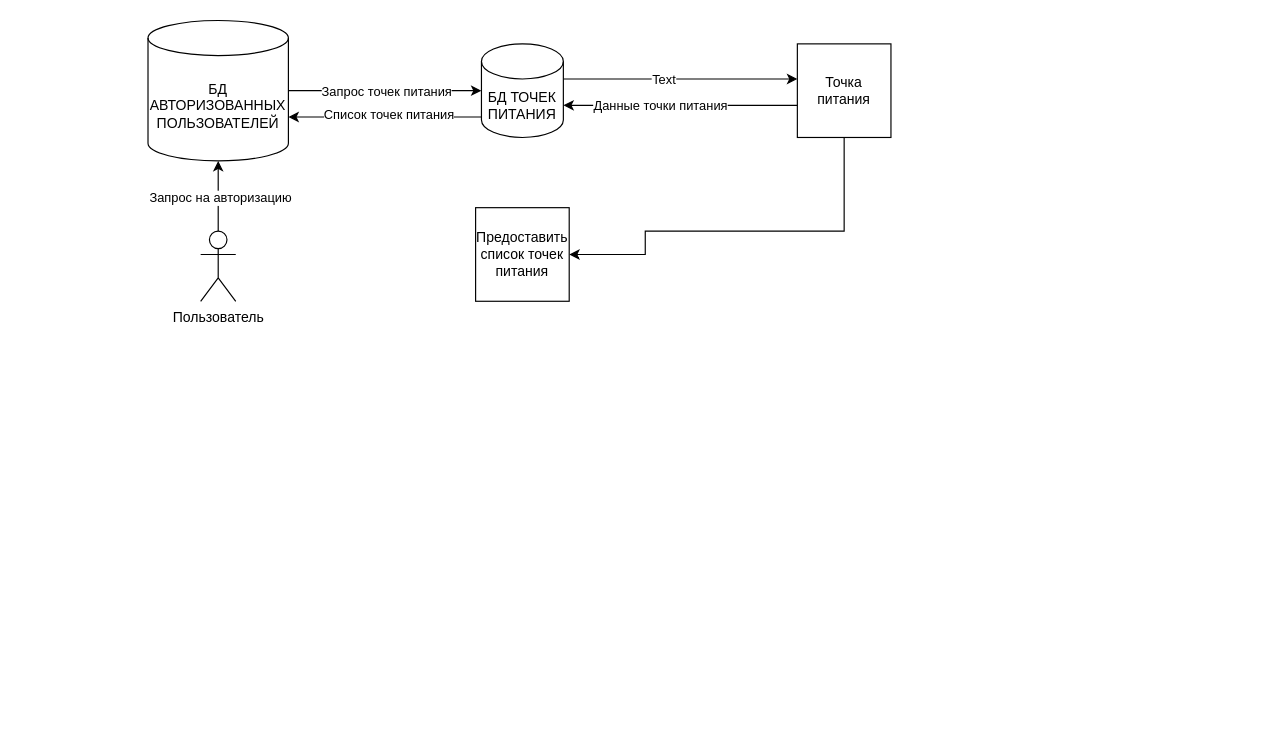
Above: Diagramm/Диаграмма_потоковых_данных_27.01.20026.drawio in Calibri75/PIT (draw.io), before the change. Source tidied: cells renumbered, new cells numbered last; positions are measured from the earlier drawing's top-left corner, leaving out a move shared by most shapes. Both pictures are drawn from the tidied source at 117%, with x=0, y=0 at pixel (147, 20).
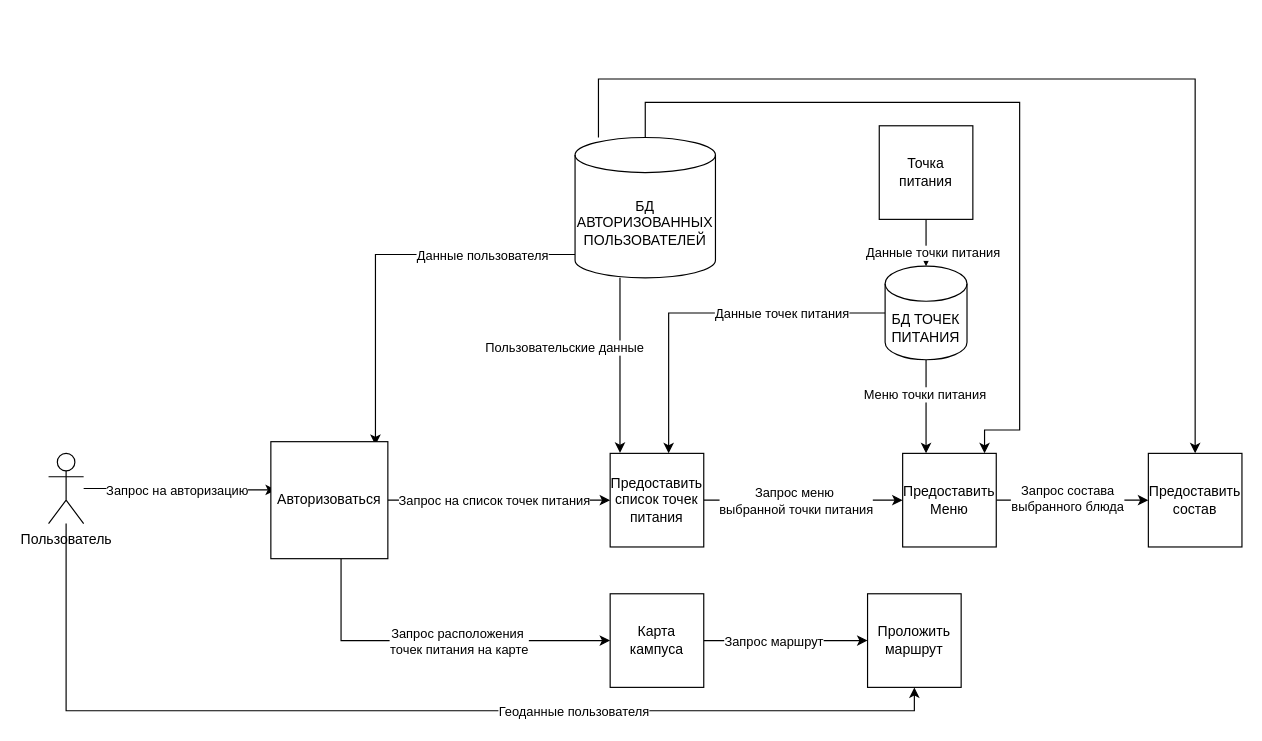
The same page after the edit.

The edit, as a diff of the source:
```diff
@@
-    <mxCell id="2" style="edgeStyle=orthogonalEdgeStyle;rounded=0;jettySize=auto;html=1;" parent="1" edge="1" source="4" target="9">
+    <mxCell id="2" style="edgeStyle=orthogonalEdgeStyle;rounded=0;jettySize=auto;html=1;entryX=0.044;entryY=0.412;entryDx=0;entryDy=0;entryPerimeter=0;" parent="1" edge="1" source="4" target="41">
       <mxGeometry relative="1" as="geometry" />
     </mxCell>
@@
     <mxCell id="4" value="Пользователь" style="shape=umlActor;verticalLabelPosition=bottom;verticalAlign=top;html=1;outlineConnect=0;" parent="1" vertex="1">
-      <mxGeometry x="45" y="180" width="30" height="60" as="geometry" />
+      <mxGeometry x="-85" y="370" width="30" height="60" as="geometry" />
     </mxCell>
-    <mxCell id="5" style="edgeStyle=orthogonalEdgeStyle;rounded=0;jettySize=auto;html=1;" parent="1" edge="1" source="6" target="17">
-      <mxGeometry relative="1" as="geometry">
-        <Array as="points">
-          <mxPoint x="595" y="180" />
-          <mxPoint x="425" y="180" />
-        </Array>
-      </mxGeometry>
-    </mxCell>
-    <mxCell id="6" value="Точка питания" style="whiteSpace=wrap;html=1;" parent="1" vertex="1">
-      <mxGeometry x="555" y="20" width="80" height="80" as="geometry" />
-    </mxCell>
-    <mxCell id="7" style="edgeStyle=orthogonalEdgeStyle;rounded=0;jettySize=auto;html=1;" parent="1" edge="1" source="9" target="12">
-      <mxGeometry relative="1" as="geometry" />
-    </mxCell>
-    <mxCell id="8" value="Запрос точек питания" style="edgeLabel;html=1;align=center;verticalAlign=middle;" parent="7" vertex="1">
-      <mxGeometry relative="1" as="geometry" />
-    </mxCell>
-    <mxCell id="9" value="БД АВТОРИЗОВАННЫХ ПОЛЬЗОВАТЕЛЕЙ" style="shape=cylinder3;whiteSpace=wrap;html=1;boundedLbl=1;backgroundOutline=1;size=15;" parent="1" vertex="1">
-      <mxGeometry width="120" height="120" as="geometry" />
-    </mxCell>
-    <mxCell id="10" style="edgeStyle=orthogonalEdgeStyle;rounded=0;orthogonalLoop=1;jettySize=auto;html=1;" parent="1" edge="1">
-      <mxGeometry relative="1" as="geometry">
-        <mxPoint x="355" y="50" as="sourcePoint" />
-        <mxPoint x="555" y="50" as="targetPoint" />
-      </mxGeometry>
-    </mxCell>
-    <mxCell id="11" value="Text" style="edgeLabel;html=1;align=center;verticalAlign=middle;" parent="10" vertex="1">
-      <mxGeometry x="-0.15" relative="1" as="geometry" />
-    </mxCell>
-    <mxCell id="12" value="БД ТОЧЕК ПИТАНИЯ" style="shape=cylinder3;whiteSpace=wrap;html=1;boundedLbl=1;backgroundOutline=1;size=15;" parent="1" vertex="1">
-      <mxGeometry x="285" y="20" width="70" height="80" as="geometry" />
-    </mxCell>
-    <mxCell id="13" style="edgeStyle=orthogonalEdgeStyle;rounded=0;jettySize=auto;html=1;entryX=1;entryY=0;entryDx=0;entryDy=82.5;entryPerimeter=0;" parent="1" edge="1" source="12" target="9">
-      <mxGeometry relative="1" as="geometry">
-        <Array as="points">
-          <mxPoint x="203" y="83" />
-        </Array>
-      </mxGeometry>
-    </mxCell>
-    <mxCell id="14" value="Список точек питания" style="edgeLabel;html=1;align=center;verticalAlign=middle;" parent="13" vertex="1">
-      <mxGeometry x="0.09" y="-1" relative="1" as="geometry">
-        <mxPoint x="10" y="-1" as="offset" />
-      </mxGeometry>
-    </mxCell>
-    <mxCell id="15" style="edgeStyle=orthogonalEdgeStyle;rounded=0;jettySize=auto;html=1;entryX=1;entryY=0;entryDx=0;entryDy=52.5;entryPerimeter=0;" parent="1" edge="1" source="6" target="12">
+    <mxCell id="15" style="edgeStyle=orthogonalEdgeStyle;rounded=0;jettySize=auto;html=1;" parent="1" edge="1" source="6" target="12">
       <mxGeometry relative="1" as="geometry">
         <Array as="points">
-          <mxPoint x="455" y="73" />
+          <mxPoint x="660" y="170" />
+          <mxPoint x="660" y="170" />
         </Array>
       </mxGeometry>
     </mxCell>
     <mxCell id="16" value="Данные точки питания" style="edgeLabel;html=1;align=center;verticalAlign=middle;" parent="15" vertex="1">
-      <mxGeometry x="0.18" relative="1" as="geometry" />
+      <mxGeometry x="-0.41" y="-2" relative="1" as="geometry">
+        <mxPoint x="7" y="16" as="offset" />
+      </mxGeometry>
     </mxCell>
+    <mxCell id="6" value="Точка питания" style="whiteSpace=wrap;html=1;" parent="1" vertex="1">
+      <mxGeometry x="625" y="90" width="80" height="80" as="geometry" />
+    </mxCell>
+    <mxCell id="18" style="edgeStyle=orthogonalEdgeStyle;rounded=0;jettySize=auto;html=1;entryX=0.894;entryY=0.029;entryDx=0;entryDy=0;entryPerimeter=0;" parent="1" edge="1" source="9" target="41">
+      <mxGeometry relative="1" as="geometry">
+        <Array as="points">
+          <mxPoint x="194" y="200" />
+        </Array>
+      </mxGeometry>
+    </mxCell>
+    <mxCell id="19" value="Данные пользователя" style="edgeLabel;html=1;align=center;verticalAlign=middle;" parent="18" vertex="1">
+      <mxGeometry x="-0.04" relative="1" as="geometry">
+        <mxPoint x="80" as="offset" />
+      </mxGeometry>
+    </mxCell>
+    <mxCell id="20" style="edgeStyle=orthogonalEdgeStyle;rounded=0;jettySize=auto;html=1;" parent="1" edge="1" source="9" target="29">
+      <mxGeometry relative="1" as="geometry">
+        <Array as="points">
+          <mxPoint x="385" y="50" />
+          <mxPoint x="895" y="50" />
+        </Array>
+      </mxGeometry>
+    </mxCell>
+    <mxCell id="21" style="edgeStyle=orthogonalEdgeStyle;rounded=0;jettySize=auto;html=1;entryX=0.5;entryY=1;entryDx=0;entryDy=0;" parent="1" edge="1" source="4" target="33">
+      <mxGeometry relative="1" as="geometry">
+        <Array as="points">
+          <mxPoint x="-70" y="590" />
+          <mxPoint x="655" y="590" />
+        </Array>
+      </mxGeometry>
+    </mxCell>
+    <mxCell id="22" value="Геоданные пользователя" style="edgeLabel;html=1;align=center;verticalAlign=middle;" parent="21" vertex="1">
+      <mxGeometry x="0.63" y="4" relative="1" as="geometry">
+        <mxPoint x="-145" y="4" as="offset" />
+      </mxGeometry>
+    </mxCell>
+    <mxCell id="9" value="БД АВТОРИЗОВАННЫХ ПОЛЬЗОВАТЕЛЕЙ" style="shape=cylinder3;whiteSpace=wrap;html=1;boundedLbl=1;backgroundOutline=1;size=15;" parent="1" vertex="1">
+      <mxGeometry x="365" y="100" width="120" height="120" as="geometry" />
+    </mxCell>
+    <mxCell id="23" style="edgeStyle=orthogonalEdgeStyle;rounded=0;jettySize=auto;html=1;" parent="1" edge="1" source="12" target="17">
+      <mxGeometry relative="1" as="geometry">
+        <Array as="points">
+          <mxPoint x="445" y="310" />
+          <mxPoint x="445" y="310" />
+        </Array>
+      </mxGeometry>
+    </mxCell>
+    <mxCell id="24" value="Данные точек питания" style="edgeLabel;html=1;align=center;verticalAlign=middle;" parent="23" vertex="1">
+      <mxGeometry x="0.16" relative="1" as="geometry">
+        <mxPoint x="88" as="offset" />
+      </mxGeometry>
+    </mxCell>
+    <mxCell id="25" style="edgeStyle=orthogonalEdgeStyle;rounded=0;jettySize=auto;html=1;" parent="1" edge="1" source="12" target="32">
+      <mxGeometry relative="1" as="geometry">
+        <Array as="points">
+          <mxPoint x="665" y="330" />
+          <mxPoint x="665" y="330" />
+        </Array>
+      </mxGeometry>
+    </mxCell>
+    <mxCell id="26" value="Меню точки питания" style="edgeLabel;html=1;align=center;verticalAlign=middle;" parent="25" vertex="1">
+      <mxGeometry x="-0.28" y="-2" relative="1" as="geometry" />
+    </mxCell>
+    <mxCell id="12" value="БД ТОЧЕК ПИТАНИЯ" style="shape=cylinder3;whiteSpace=wrap;html=1;boundedLbl=1;backgroundOutline=1;size=15;" parent="1" vertex="1">
+      <mxGeometry x="630" y="210" width="70" height="80" as="geometry" />
+    </mxCell>
+    <mxCell id="27" style="edgeStyle=orthogonalEdgeStyle;rounded=0;jettySize=auto;html=1;" parent="1" edge="1" source="17" target="32">
+      <mxGeometry relative="1" as="geometry" />
+    </mxCell>
+    <mxCell id="28" value="Запрос меню&amp;nbsp;&lt;div&gt;выбранной точки питания&lt;/div&gt;" style="edgeLabel;html=1;align=center;verticalAlign=middle;" parent="27" vertex="1">
+      <mxGeometry x="0.07" y="-1" relative="1" as="geometry">
+        <mxPoint x="-13" y="-1" as="offset" />
+      </mxGeometry>
+    </mxCell>
     <mxCell id="17" value="Предоставить список точек питания" style="whiteSpace=wrap;html=1;" parent="1" vertex="1">
-      <mxGeometry x="280" y="160" width="80" height="80" as="geometry" />
+      <mxGeometry x="395" y="370" width="80" height="80" as="geometry" />
     </mxCell>
+    <mxCell id="29" value="Предоставить состав" style="whiteSpace=wrap;html=1;" parent="1" vertex="1">
+      <mxGeometry x="855" y="370" width="80" height="80" as="geometry" />
+    </mxCell>
+    <mxCell id="30" style="edgeStyle=orthogonalEdgeStyle;rounded=0;jettySize=auto;html=1;" parent="1" edge="1" source="32" target="29">
+      <mxGeometry relative="1" as="geometry" />
+    </mxCell>
+    <mxCell id="31" value="Запрос состава&lt;div&gt;выбранного блюда&lt;/div&gt;" style="edgeLabel;html=1;align=center;verticalAlign=middle;" parent="30" vertex="1">
+      <mxGeometry x="-0.07" y="2" relative="1" as="geometry" />
+    </mxCell>
+    <mxCell id="32" value="Предоставить Меню" style="whiteSpace=wrap;html=1;" parent="1" vertex="1">
+      <mxGeometry x="645" y="370" width="80" height="80" as="geometry" />
+    </mxCell>
+    <mxCell id="33" value="Проложить маршрут" style="whiteSpace=wrap;html=1;" parent="1" vertex="1">
+      <mxGeometry x="615" y="490" width="80" height="80" as="geometry" />
+    </mxCell>
+    <mxCell id="34" style="edgeStyle=orthogonalEdgeStyle;rounded=0;jettySize=auto;html=1;" parent="1" edge="1" source="36" target="33">
+      <mxGeometry relative="1" as="geometry" />
+    </mxCell>
+    <mxCell id="35" value="Запрос маршрут" style="edgeLabel;html=1;align=center;verticalAlign=middle;" parent="34" vertex="1">
+      <mxGeometry x="-0.16" y="-3" relative="1" as="geometry">
+        <mxPoint y="-3" as="offset" />
+      </mxGeometry>
+    </mxCell>
+    <mxCell id="36" value="Карта кампуса" style="whiteSpace=wrap;html=1;" parent="1" vertex="1">
+      <mxGeometry x="395" y="490" width="80" height="80" as="geometry" />
+    </mxCell>
+    <mxCell id="37" style="edgeStyle=orthogonalEdgeStyle;rounded=0;jettySize=auto;html=1;" parent="1" edge="1" source="41" target="17">
+      <mxGeometry relative="1" as="geometry" />
+    </mxCell>
+    <mxCell id="38" value="Запрос на список точек питания" style="edgeLabel;html=1;align=center;verticalAlign=middle;" parent="37" vertex="1">
+      <mxGeometry x="-0.21" y="-1" relative="1" as="geometry">
+        <mxPoint x="15" y="-1" as="offset" />
+      </mxGeometry>
+    </mxCell>
+    <mxCell id="39" style="edgeStyle=orthogonalEdgeStyle;rounded=0;jettySize=auto;html=1;" parent="1" edge="1" source="41" target="36">
+      <mxGeometry relative="1" as="geometry">
+        <Array as="points">
+          <mxPoint x="165" y="530" />
+        </Array>
+      </mxGeometry>
+    </mxCell>
+    <mxCell id="40" value="Запрос расположения&amp;nbsp;&lt;div&gt;точек питания на карте&lt;/div&gt;" style="edgeLabel;html=1;align=center;verticalAlign=middle;" parent="39" vertex="1">
+      <mxGeometry x="0.29" y="1" relative="1" as="geometry">
+        <mxPoint x="-24" y="1" as="offset" />
+      </mxGeometry>
+    </mxCell>
+    <mxCell id="41" value="Авторизоваться" style="whiteSpace=wrap;html=1;" parent="1" vertex="1">
+      <mxGeometry x="105" y="360" width="100" height="100" as="geometry" />
+    </mxCell>
+    <mxCell id="42" style="edgeStyle=orthogonalEdgeStyle;rounded=0;jettySize=auto;html=1;entryX=0.105;entryY=-0.005;entryDx=0;entryDy=0;entryPerimeter=0;" parent="1" edge="1" source="9" target="17">
+      <mxGeometry relative="1" as="geometry">
+        <Array as="points">
+          <mxPoint x="403" y="240" />
+        </Array>
+      </mxGeometry>
+    </mxCell>
+    <mxCell id="43" value="Пользовательские данные" style="edgeLabel;html=1;align=center;verticalAlign=middle;" parent="42" vertex="1">
+      <mxGeometry x="0.57" relative="1" as="geometry">
+        <mxPoint x="-48" y="-58" as="offset" />
+      </mxGeometry>
+    </mxCell>
+    <mxCell id="44" style="edgeStyle=orthogonalEdgeStyle;rounded=0;jettySize=auto;html=1;" parent="1" edge="1" source="9">
+      <mxGeometry relative="1" as="geometry">
+        <mxPoint x="715" y="370" as="targetPoint" />
+        <Array as="points">
+          <mxPoint x="425" y="70" />
+          <mxPoint x="745" y="70" />
+          <mxPoint x="745" y="350" />
+          <mxPoint x="715" y="350" />
+        </Array>
+      </mxGeometry>
+    </mxCell>
```
